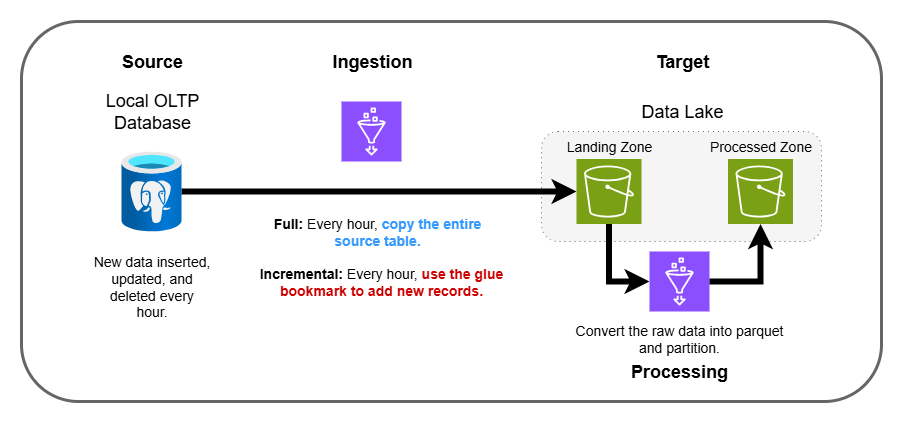
Earlier version of the draw.io export images/1-batch-ingestion-full-vs-incremental.drawio.png (sammyhansali/aws-ingestion). Source tidied: cells renumbered, new cells last; positions are measured from the earlier drawing's top-left corner, leaving out a move shared by most shapes.
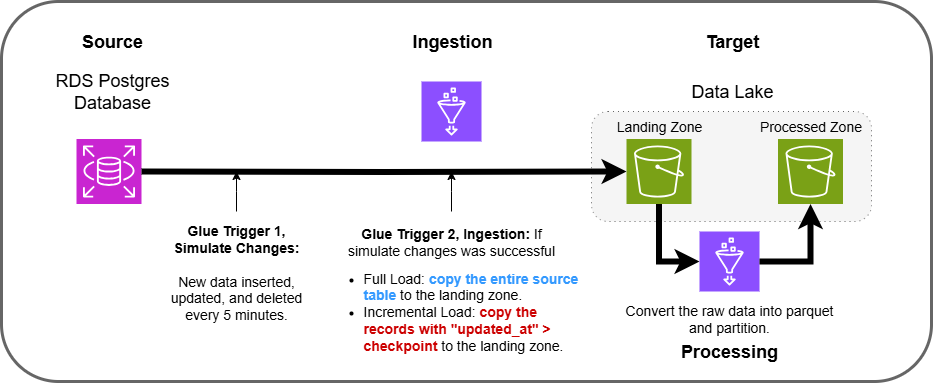
After the commit.

Commit message:
added updated architecture diagram, project 1

The edit, as a diff of the source:
```diff
@@ -3,25 +3,19 @@
     <mxCell id="0" />
     <mxCell id="1" parent="0" />
     <mxCell id="2" style="rounded=1;whiteSpace=wrap;html=1;strokeWidth=3;fillColor=none;strokeColor=#666666;fontColor=#333333;" parent="1" vertex="1">
-      <mxGeometry width="860" height="380" as="geometry" />
+      <mxGeometry x="-70" width="930" height="380" as="geometry" />
     </mxCell>
     <mxCell id="3" style="rounded=1;whiteSpace=wrap;html=1;fillColor=#f5f5f5;strokeColor=#666666;fontColor=#333333;dashed=1;dashPattern=1 4;" parent="1" vertex="1">
       <mxGeometry x="520" y="110" width="280" height="110" as="geometry" />
     </mxCell>
-    <mxCell id="4" style="edgeStyle=orthogonalEdgeStyle;rounded=0;jettySize=auto;html=1;strokeWidth=6;" parent="1" edge="1" source="5" target="6">
-      <mxGeometry relative="1" as="geometry" />
-    </mxCell>
-    <mxCell id="5" style="image;html=1;points=[];align=center;fontSize=12;image=img/lib/azure2/databases/Azure_Database_PostgreSQL_Server.svg;" parent="1" vertex="1">
-      <mxGeometry x="100" y="130" width="60" height="80" as="geometry" />
-    </mxCell>
     <mxCell id="6" style="sketch=0;points=[[0,0,0],[0.25,0,0],[0.5,0,0],[0.75,0,0],[1,0,0],[0,1,0],[0.25,1,0],[0.5,1,0],[0.75,1,0],[1,1,0],[0,0.25,0],[0,0.5,0],[0,0.75,0],[1,0.25,0],[1,0.5,0],[1,0.75,0]];outlineConnect=0;fontColor=#232F3E;fillColor=#7AA116;strokeColor=#ffffff;dashed=0;verticalLabelPosition=bottom;verticalAlign=top;align=center;html=1;fontSize=12;fontStyle=0;shape=mxgraph.aws4.resourceIcon;resIcon=mxgraph.aws4.s3;" parent="1" vertex="1">
       <mxGeometry x="555" y="137.5" width="65" height="65" as="geometry" />
     </mxCell>
-    <mxCell id="7" value="&lt;font style=&quot;font-size: 14px;&quot;&gt;&lt;b&gt;Full:&amp;nbsp;&lt;/b&gt;Every hour,&lt;b style=&quot;&quot;&gt; &lt;font style=&quot;color: rgb(51, 153, 255);&quot;&gt;copy the entire source table.&lt;/font&gt;&lt;/b&gt;&lt;/font&gt;" style="text;html=1;align=center;verticalAlign=middle;whiteSpace=wrap;rounded=0;" parent="1" vertex="1">
-      <mxGeometry x="230.5" y="190" width="250" height="40" as="geometry" />
+    <mxCell id="7" value="&lt;ul&gt;&lt;li&gt;&lt;font style=&quot;font-size: 14px;&quot;&gt;Full Load:&amp;nbsp;&lt;font&gt;&lt;b style=&quot;color: rgb(51, 153, 255);&quot;&gt;copy the entire source table&lt;/b&gt;&lt;font style=&quot;color: rgb(0, 0, 0);&quot;&gt; to the landing zone.&lt;/font&gt;&lt;/font&gt;&lt;/font&gt;&lt;/li&gt;&lt;li&gt;&lt;font style=&quot;font-size: 14px;&quot;&gt;&lt;font&gt;&lt;font style=&quot;color: rgb(0, 0, 0);&quot;&gt;Incremental Load:&lt;b&gt;&amp;nbsp;&lt;/b&gt;&lt;b style=&quot;color: rgb(204, 0, 0);&quot;&gt;copy the records with &quot;updated_at&quot; &amp;gt; checkpoint&lt;/b&gt;&lt;font style=&quot;color: rgb(0, 0, 0);&quot;&gt;&amp;nbsp;to the landing zone.&lt;/font&gt;&lt;/font&gt;&lt;/font&gt;&lt;/font&gt;&lt;/li&gt;&lt;/ul&gt;" style="text;html=1;align=left;verticalAlign=middle;whiteSpace=wrap;rounded=0;" parent="1" vertex="1">
+      <mxGeometry x="250" y="260" width="260" height="100" as="geometry" />
     </mxCell>
     <mxCell id="8" style="sketch=0;fontColor=#232F3E;fillColor=#8C4FFF;strokeColor=#ffffff;dashed=0;verticalLabelPosition=bottom;verticalAlign=top;align=center;html=1;fontSize=12;fontStyle=0;shape=mxgraph.aws4.resourceIcon;resIcon=mxgraph.aws4.glue;" parent="1" vertex="1">
-      <mxGeometry x="320" y="80" width="60" height="60" as="geometry" />
+      <mxGeometry x="350" y="80" width="60" height="60" as="geometry" />
     </mxCell>
     <mxCell id="9" value="&lt;font&gt;Landing Zone&lt;/font&gt;" style="text;html=1;align=center;verticalAlign=middle;whiteSpace=wrap;rounded=0;fontSize=14;" parent="1" vertex="1">
       <mxGeometry x="543.8" y="110" width="87.5" height="30" as="geometry" />
@@ -41,11 +35,11 @@
     <mxCell id="14" style="edgeStyle=orthogonalEdgeStyle;rounded=0;jettySize=auto;html=1;exitX=0.5;exitY=1;exitDx=0;exitDy=0;exitPerimeter=0;entryX=0;entryY=0.5;entryDx=0;entryDy=0;entryPerimeter=0;strokeWidth=6;" parent="1" edge="1" source="6" target="13">
       <mxGeometry relative="1" as="geometry" />
     </mxCell>
-    <mxCell id="15" value="&lt;font style=&quot;font-size: 18px;&quot;&gt;Local OLTP Database&lt;/font&gt;" style="text;html=1;align=center;verticalAlign=middle;whiteSpace=wrap;rounded=0;fontStyle=0;" parent="1" vertex="1">
-      <mxGeometry x="50" y="70" width="162" height="40" as="geometry" />
+    <mxCell id="15" value="&lt;font style=&quot;font-size: 18px;&quot;&gt;RDS Postgres Database&lt;/font&gt;" style="text;html=1;align=center;verticalAlign=middle;whiteSpace=wrap;rounded=0;fontStyle=0;" parent="1" vertex="1">
+      <mxGeometry x="-40" y="70" width="162" height="40" as="geometry" />
     </mxCell>
     <mxCell id="16" value="&lt;font style=&quot;font-size: 18px;&quot;&gt;Source&lt;/font&gt;" style="text;html=1;align=center;verticalAlign=middle;whiteSpace=wrap;rounded=0;fontStyle=1;" parent="1" vertex="1">
-      <mxGeometry x="50" y="20" width="162" height="40" as="geometry" />
+      <mxGeometry x="-40" y="20" width="162" height="40" as="geometry" />
     </mxCell>
     <mxCell id="17" value="&lt;font style=&quot;font-size: 18px;&quot;&gt;Target&lt;/font&gt;" style="text;html=1;align=center;verticalAlign=middle;whiteSpace=wrap;rounded=0;fontStyle=1;" parent="1" vertex="1">
       <mxGeometry x="580" y="20" width="162" height="40" as="geometry" />
@@ -54,7 +48,7 @@
       <mxGeometry x="580" y="70" width="162" height="40" as="geometry" />
     </mxCell>
     <mxCell id="19" value="&lt;font style=&quot;font-size: 18px;&quot;&gt;Ingestion&lt;/font&gt;" style="text;html=1;align=center;verticalAlign=middle;whiteSpace=wrap;rounded=0;fontStyle=1;" parent="1" vertex="1">
-      <mxGeometry x="270" y="20" width="162" height="40" as="geometry" />
+      <mxGeometry x="300" y="20" width="162" height="40" as="geometry" />
     </mxCell>
     <mxCell id="20" value="&lt;font style=&quot;font-size: 18px;&quot;&gt;Processing&lt;/font&gt;" style="text;html=1;align=center;verticalAlign=middle;whiteSpace=wrap;rounded=0;fontStyle=1;" parent="1" vertex="1">
       <mxGeometry x="577" y="330" width="162" height="40" as="geometry" />
@@ -62,11 +56,29 @@
     <mxCell id="21" value="&lt;font style=&quot;font-size: 14px;&quot;&gt;Convert the raw data into parquet and partition.&lt;/font&gt;" style="text;html=1;align=center;verticalAlign=middle;whiteSpace=wrap;rounded=0;" parent="1" vertex="1">
       <mxGeometry x="550" y="297" width="216" height="40" as="geometry" />
     </mxCell>
-    <mxCell id="22" value="&lt;font style=&quot;font-size: 14px;&quot;&gt;&lt;b&gt;Incremental:&amp;nbsp;&lt;/b&gt;Every hour,&lt;b style=&quot;&quot;&gt;&amp;nbsp;&lt;font style=&quot;color: rgb(204, 0, 0);&quot;&gt;use the glue bookmark to add new records.&lt;/font&gt;&lt;/b&gt;&lt;/font&gt;" style="text;html=1;align=center;verticalAlign=middle;whiteSpace=wrap;rounded=0;" parent="1" vertex="1">
-      <mxGeometry x="220" y="240" width="280" height="40" as="geometry" />
-    </mxCell>
+    <mxCell id="24" style="edgeStyle=orthogonalEdgeStyle;rounded=0;jettySize=auto;html=1;exitX=0.5;exitY=0;exitDx=0;exitDy=0;" parent="1" edge="1" source="23">
+      <mxGeometry relative="1" as="geometry">
+        <mxPoint x="165" y="170" as="targetPoint" />
+      </mxGeometry>
+    </mxCell>
-    <mxCell id="23" value="&lt;font&gt;New data inserted, updated, and deleted every hour.&lt;/font&gt;" style="text;html=1;align=center;verticalAlign=middle;whiteSpace=wrap;rounded=0;fontSize=14;" parent="1" vertex="1">
-      <mxGeometry x="69.5" y="220" width="121" height="90" as="geometry" />
+    <mxCell id="23" value="&lt;font&gt;&lt;b&gt;Glue Trigger 1, Simulate Changes:&lt;br&gt;&amp;nbsp;&lt;br&gt;&lt;/b&gt;New data inserted, updated, and deleted every 5 minutes.&lt;/font&gt;" style="text;html=1;align=center;verticalAlign=middle;whiteSpace=wrap;rounded=0;fontSize=14;" parent="1" vertex="1">
+      <mxGeometry x="90" y="210" width="150" height="122.5" as="geometry" />
     </mxCell>
+    <mxCell id="25" style="sketch=0;fontColor=#232F3E;fillColor=#C925D1;strokeColor=#ffffff;dashed=0;verticalLabelPosition=bottom;verticalAlign=top;align=center;html=1;fontSize=12;fontStyle=0;shape=mxgraph.aws4.resourceIcon;resIcon=mxgraph.aws4.rds;" parent="1" vertex="1">
+      <mxGeometry x="5" y="137.5" width="65" height="65" as="geometry" />
+    </mxCell>
+    <mxCell id="26" style="edgeStyle=orthogonalEdgeStyle;rounded=0;jettySize=auto;html=1;exitX=0.5;exitY=0;exitDx=0;exitDy=0;" parent="1" edge="1" source="27">
+      <mxGeometry relative="1" as="geometry">
+        <mxPoint x="380" y="170" as="targetPoint" />
+      </mxGeometry>
+    </mxCell>
+    <mxCell id="27" value="&lt;span style=&quot;font-size: 14px;&quot;&gt;&lt;b&gt;Glue Trigger 2, Ingestion:&amp;nbsp;&lt;/b&gt;If simulate changes was successful&lt;/span&gt;" style="text;html=1;align=center;verticalAlign=middle;whiteSpace=wrap;rounded=0;" parent="1" vertex="1">
+      <mxGeometry x="270" y="210" width="220" height="60" as="geometry" />
+    </mxCell>
+    <mxCell id="4" style="edgeStyle=orthogonalEdgeStyle;rounded=0;jettySize=auto;html=1;strokeWidth=6;" parent="1" edge="1" target="6">
+      <mxGeometry relative="1" as="geometry">
+        <mxPoint x="70" y="170" as="sourcePoint" />
+      </mxGeometry>
+    </mxCell>
   </root>
 </mxGraphModel>
```
